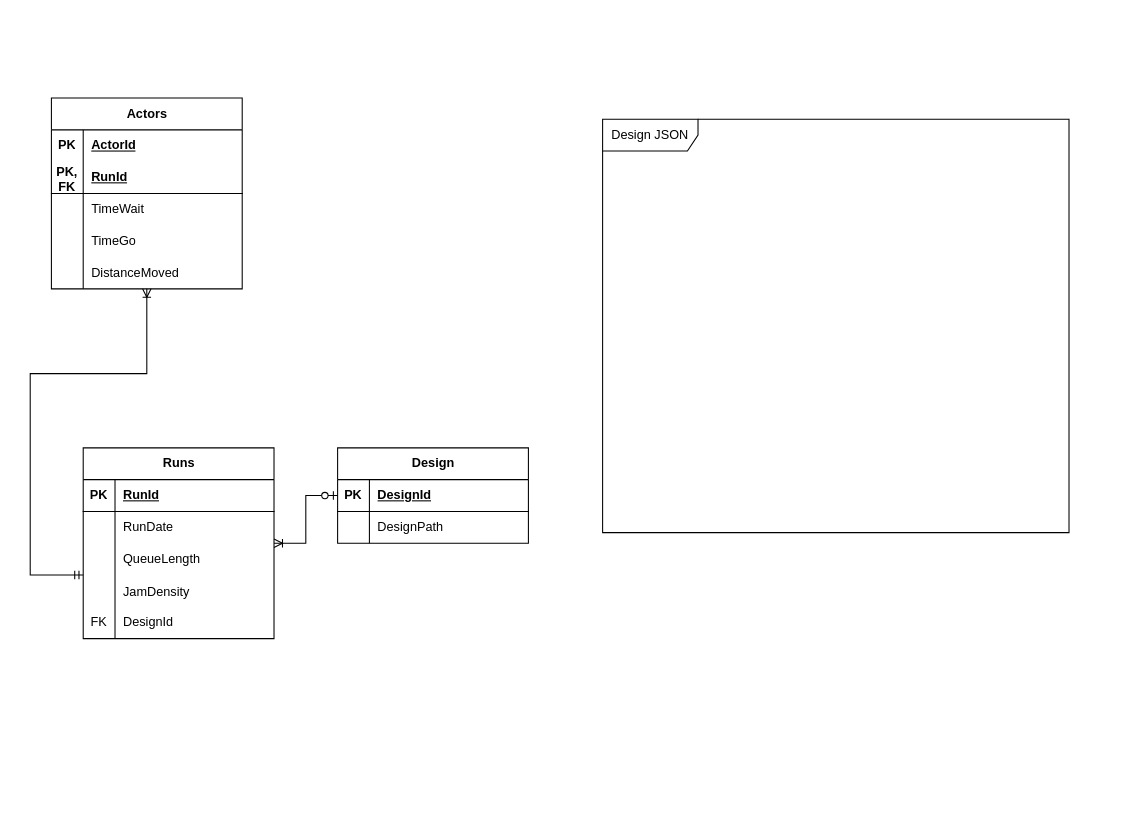
Before: ERD.drawio in Team-Gala-JP/Team-Gala-JP, a draw.io diagram. Source tidied: cells renumbered, new cells numbered last; positions are measured from the earlier drawing's top-left corner, leaving out a move shared by most shapes. Both pictures are drawn from the tidied source at 106%, with x=0, y=0 at pixel (30, 98).
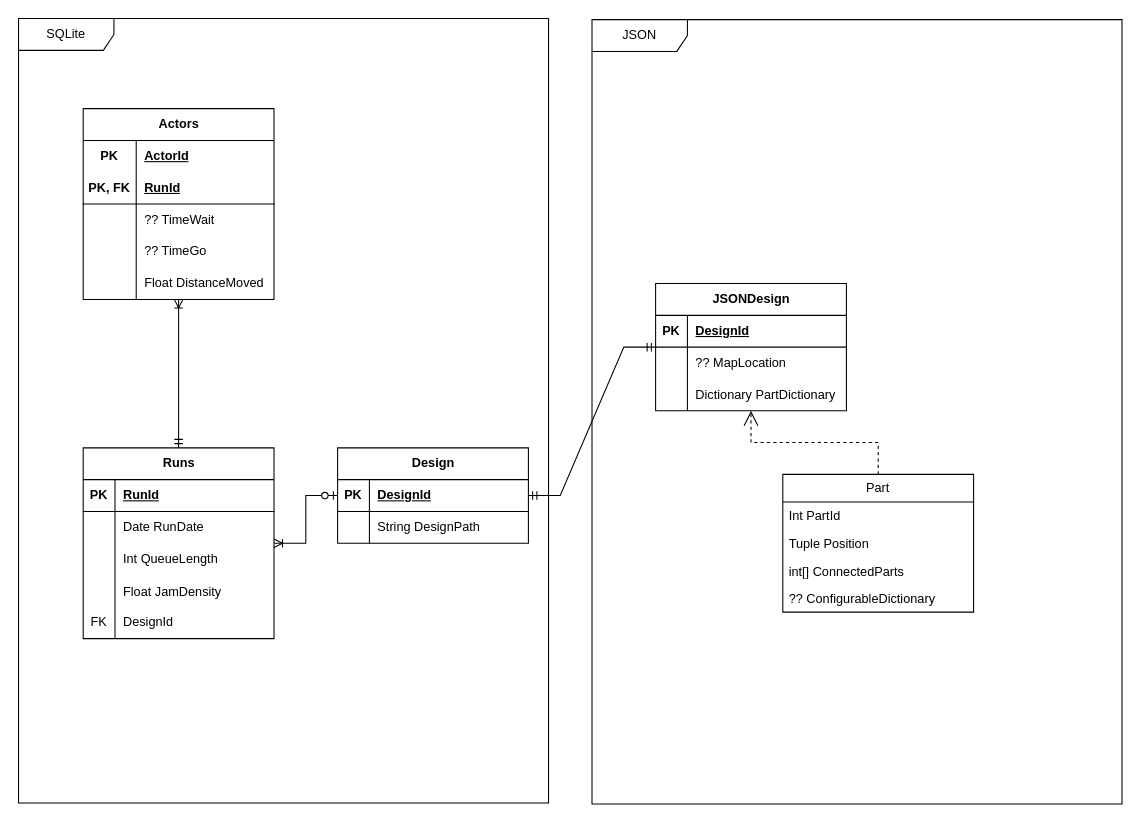
The same diagram, later.

Commit message:
ERD JSON section

The change refers to these unchanged cells:
```xml
<mxCell id="2" value="Runs" style="shape=table;startSize=30;childLayout=tableLayout;rowLines=0;fontStyle=1;align=center;html=1;" parent="1" vertex="1">
  <mxGeometry x="50" y="330" width="180" height="180" as="geometry" />
</mxCell>
<mxCell id="6" style="shape=tableRow;horizontal=0;startSize=0;swimlaneHead=0;swimlaneBody=0;fillColor=none;top=0;left=0;right=0;bottom=0;" parent="2" vertex="1">
  <mxGeometry y="60" width="180" height="30" as="geometry" />
</mxCell>
<mxCell id="9" style="shape=tableRow;horizontal=0;startSize=0;swimlaneHead=0;swimlaneBody=0;fillColor=none;top=0;left=0;right=0;bottom=0;" parent="2" vertex="1">
  <mxGeometry y="90" width="180" height="30" as="geometry" />
</mxCell>
<mxCell id="12" style="shape=tableRow;horizontal=0;startSize=0;swimlaneHead=0;swimlaneBody=0;fillColor=none;top=0;left=0;right=0;bottom=0;" parent="2" vertex="1">
  <mxGeometry y="120" width="180" height="30" as="geometry" />
</mxCell>
<mxCell id="18" value="Design" style="shape=table;startSize=30;childLayout=tableLayout;rowLines=0;fontStyle=1;align=center;html=1;" parent="1" vertex="1">
  <mxGeometry x="290" y="330" width="180" height="90" as="geometry" />
</mxCell>
<mxCell id="22" style="shape=tableRow;horizontal=0;startSize=0;swimlaneHead=0;swimlaneBody=0;fillColor=none;top=0;left=0;right=0;bottom=0;" parent="18" vertex="1">
  <mxGeometry y="60" width="180" height="30" as="geometry" />
</mxCell>
<mxCell id="28" style="shape=tableRow;horizontal=0;startSize=0;swimlaneHead=0;swimlaneBody=0;fillColor=none;top=0;left=0;right=0;bottom=0;" parent="27" vertex="1">
  <mxGeometry y="30" width="180" height="30" as="geometry" />
</mxCell>
<mxCell id="31" style="shape=tableRow;horizontal=0;startSize=0;swimlaneHead=0;swimlaneBody=0;fillColor=none;top=0;left=0;right=0;bottom=1;" parent="27" vertex="1">
  <mxGeometry y="60" width="180" height="30" as="geometry" />
</mxCell>
<mxCell id="34" style="shape=tableRow;horizontal=0;startSize=0;swimlaneHead=0;swimlaneBody=0;fillColor=none;top=0;left=0;right=0;bottom=0;" parent="27" vertex="1">
  <mxGeometry y="90" width="180" height="30" as="geometry" />
</mxCell>
<mxCell id="37" style="shape=tableRow;horizontal=0;startSize=0;swimlaneHead=0;swimlaneBody=0;fillColor=none;top=0;left=0;right=0;bottom=0;" parent="27" vertex="1">
  <mxGeometry y="120" width="180" height="30" as="geometry" />
</mxCell>
<mxCell id="40" style="shape=tableRow;horizontal=0;startSize=0;swimlaneHead=0;swimlaneBody=0;fillColor=none;points=[[0,0.5],[1,0.5]];portConstraint=eastwest;top=0;left=0;right=0;bottom=0;" parent="27" vertex="1">
  <mxGeometry y="150" width="180" height="30" as="geometry" />
</mxCell>
```

Change to the diagram source:
```diff
@@
-    <mxCell id="8" value="RunDate" style="shape=partialRectangle;fillColor=none;top=0;left=0;bottom=0;right=0;align=left;spacingLeft=6;overflow=hidden;whiteSpace=wrap;html=1;" parent="6" vertex="1">
+    <mxCell id="8" value="Date RunDate" style="shape=partialRectangle;fillColor=none;top=0;left=0;bottom=0;right=0;align=left;spacingLeft=6;overflow=hidden;whiteSpace=wrap;html=1;" parent="6" vertex="1">
       <mxGeometry x="30" width="150" height="30" as="geometry" />
     </mxCell>
@@
-    <mxCell id="11" value="QueueLength" style="shape=partialRectangle;fillColor=none;top=0;left=0;bottom=0;right=0;align=left;spacingLeft=6;overflow=hidden;whiteSpace=wrap;html=1;" parent="9" vertex="1">
+    <mxCell id="11" value="Int QueueLength" style="shape=partialRectangle;fillColor=none;top=0;left=0;bottom=0;right=0;align=left;spacingLeft=6;overflow=hidden;whiteSpace=wrap;html=1;" parent="9" vertex="1">
       <mxGeometry x="30" width="150" height="30" as="geometry" />
     </mxCell>
@@
-    <mxCell id="14" value="JamDensity" style="shape=partialRectangle;fillColor=none;top=0;left=0;bottom=0;right=0;align=left;spacingLeft=6;overflow=hidden;" parent="12" vertex="1">
+    <mxCell id="14" value="Float JamDensity" style="shape=partialRectangle;fillColor=none;top=0;left=0;bottom=0;right=0;align=left;spacingLeft=6;overflow=hidden;" parent="12" vertex="1">
       <mxGeometry x="30" width="150" height="30" as="geometry" />
     </mxCell>
@@
-    <mxCell id="24" value="DesignPath" style="shape=partialRectangle;fillColor=none;top=0;left=0;bottom=0;right=0;align=left;spacingLeft=6;overflow=hidden;whiteSpace=wrap;html=1;" parent="22" vertex="1">
+    <mxCell id="24" value="String DesignPath" style="shape=partialRectangle;fillColor=none;top=0;left=0;bottom=0;right=0;align=left;spacingLeft=6;overflow=hidden;whiteSpace=wrap;html=1;" parent="22" vertex="1">
       <mxGeometry x="30" width="150" height="30" as="geometry" />
     </mxCell>
@@
-    <mxCell id="26" value="Design JSON" style="shape=umlFrame;whiteSpace=wrap;html=1;width=90;height=30;" parent="1" vertex="1">
-      <mxGeometry x="540" y="20" width="440" height="390" as="geometry" />
+    <mxCell id="26" value="JSON" style="shape=umlFrame;whiteSpace=wrap;html=1;width=90;height=30;" parent="1" vertex="1">
+      <mxGeometry x="530" y="-74" width="500" height="740" as="geometry" />
     </mxCell>
     <mxCell id="27" value="Actors" style="shape=table;startSize=30;childLayout=tableLayout;rowLines=0;fontStyle=1;align=center;html=1;" parent="1" vertex="1">
-      <mxGeometry x="20" width="180" height="180" as="geometry" />
+      <mxGeometry x="50" y="10" width="180" height="180" as="geometry" />
     </mxCell>
@@
     <mxCell id="29" value="&lt;b&gt;PK&lt;/b&gt;" style="shape=partialRectangle;fillColor=none;top=0;left=0;bottom=0;right=0;fontStyle=0;overflow=hidden;whiteSpace=wrap;html=1;" parent="28" vertex="1">
-      <mxGeometry width="30" height="30" as="geometry" />
+      <mxGeometry width="50" height="30" as="geometry" />
     </mxCell>
     <mxCell id="30" value="&lt;b&gt;&lt;u&gt;ActorId&lt;/u&gt;&lt;/b&gt;" style="shape=partialRectangle;fillColor=none;top=0;left=0;bottom=0;right=0;align=left;spacingLeft=6;fontStyle=0;overflow=hidden;whiteSpace=wrap;html=1;" parent="28" vertex="1">
-      <mxGeometry x="30" width="150" height="30" as="geometry" />
+      <mxGeometry x="50" width="130" height="30" as="geometry" />
     </mxCell>
@@
     <mxCell id="32" value="PK, FK" style="shape=partialRectangle;fillColor=none;top=0;left=0;bottom=0;right=0;fontStyle=1;overflow=hidden;whiteSpace=wrap;html=1;" parent="31" vertex="1">
-      <mxGeometry width="30" height="30" as="geometry" />
+      <mxGeometry width="50" height="30" as="geometry" />
     </mxCell>
     <mxCell id="33" value="RunId" style="shape=partialRectangle;fillColor=none;top=0;left=0;bottom=0;right=0;align=left;spacingLeft=6;fontStyle=5;overflow=hidden;whiteSpace=wrap;html=1;" parent="31" vertex="1">
-      <mxGeometry x="30" width="150" height="30" as="geometry" />
+      <mxGeometry x="50" width="130" height="30" as="geometry" />
     </mxCell>
@@
     <mxCell id="35" style="shape=partialRectangle;fillColor=none;top=0;left=0;bottom=0;right=0;overflow=hidden;whiteSpace=wrap;html=1;" parent="34" vertex="1">
-      <mxGeometry width="30" height="30" as="geometry" />
+      <mxGeometry width="50" height="30" as="geometry" />
     </mxCell>
-    <mxCell id="36" value="TimeWait" style="shape=partialRectangle;fillColor=none;top=0;left=0;bottom=0;right=0;align=left;spacingLeft=6;overflow=hidden;whiteSpace=wrap;html=1;" parent="34" vertex="1">
-      <mxGeometry x="30" width="150" height="30" as="geometry" />
+    <mxCell id="36" value="?? TimeWait" style="shape=partialRectangle;fillColor=none;top=0;left=0;bottom=0;right=0;align=left;spacingLeft=6;overflow=hidden;whiteSpace=wrap;html=1;" parent="34" vertex="1">
+      <mxGeometry x="50" width="130" height="30" as="geometry" />
     </mxCell>
@@
     <mxCell id="38" style="shape=partialRectangle;fillColor=none;top=0;left=0;bottom=0;right=0;overflow=hidden;whiteSpace=wrap;html=1;" parent="37" vertex="1">
-      <mxGeometry width="30" height="30" as="geometry" />
+      <mxGeometry width="50" height="30" as="geometry" />
     </mxCell>
-    <mxCell id="39" value="TimeGo" style="shape=partialRectangle;fillColor=none;top=0;left=0;bottom=0;right=0;align=left;spacingLeft=6;overflow=hidden;whiteSpace=wrap;html=1;" parent="37" vertex="1">
-      <mxGeometry x="30" width="150" height="30" as="geometry" />
+    <mxCell id="39" value="?? TimeGo" style="shape=partialRectangle;fillColor=none;top=0;left=0;bottom=0;right=0;align=left;spacingLeft=6;overflow=hidden;whiteSpace=wrap;html=1;" parent="37" vertex="1">
+      <mxGeometry x="50" width="130" height="30" as="geometry" />
     </mxCell>
@@
     <mxCell id="41" style="shape=partialRectangle;fillColor=none;top=0;left=0;bottom=0;right=0;overflow=hidden;whiteSpace=wrap;html=1;" parent="40" vertex="1">
-      <mxGeometry width="30" height="30" as="geometry" />
+      <mxGeometry width="50" height="30" as="geometry" />
     </mxCell>
-    <mxCell id="42" value="DistanceMoved" style="shape=partialRectangle;fillColor=none;top=0;left=0;bottom=0;right=0;align=left;spacingLeft=6;overflow=hidden;whiteSpace=wrap;html=1;" parent="40" vertex="1">
-      <mxGeometry x="30" width="150" height="30" as="geometry" />
+    <mxCell id="42" value="Float DistanceMoved" style="shape=partialRectangle;fillColor=none;top=0;left=0;bottom=0;right=0;align=left;spacingLeft=6;overflow=hidden;whiteSpace=wrap;html=1;" parent="40" vertex="1">
+      <mxGeometry x="50" width="130" height="30" as="geometry" />
     </mxCell>
     <mxCell id="43" style="edgeStyle=orthogonalEdgeStyle;fontSize=12;html=1;endArrow=ERoneToMany;startArrow=ERmandOne;rounded=0;" parent="1" edge="1" source="2" target="40">
       <mxGeometry relative="1" as="geometry">
         <Array as="points">
-          <mxPoint y="450" />
-          <mxPoint y="260" />
+          <mxPoint x="140" y="220" />
+          <mxPoint x="140" y="220" />
         </Array>
       </mxGeometry>
     </mxCell>
+    <mxCell id="44" value="JSONDesign" style="shape=table;startSize=30;childLayout=tableLayout;rowLines=0;fontStyle=1;align=center;html=1;" parent="1" vertex="1">
+      <mxGeometry x="590" y="175" width="180" height="120" as="geometry" />
+    </mxCell>
+    <mxCell id="45" style="shape=tableRow;horizontal=0;startSize=0;swimlaneHead=0;swimlaneBody=0;fillColor=none;top=0;left=0;right=0;bottom=1;" parent="44" vertex="1">
+      <mxGeometry y="30" width="180" height="30" as="geometry" />
+    </mxCell>
+    <mxCell id="46" value="PK" style="shape=partialRectangle;fillColor=none;top=0;left=0;bottom=0;right=0;fontStyle=1;overflow=hidden;whiteSpace=wrap;html=1;" parent="45" vertex="1">
+      <mxGeometry width="30" height="30" as="geometry" />
+    </mxCell>
+    <mxCell id="47" value="DesignId" style="shape=partialRectangle;fillColor=none;top=0;left=0;bottom=0;right=0;align=left;spacingLeft=6;fontStyle=5;overflow=hidden;whiteSpace=wrap;html=1;" parent="45" vertex="1">
+      <mxGeometry x="30" width="150" height="30" as="geometry" />
+    </mxCell>
+    <mxCell id="48" style="shape=tableRow;horizontal=0;startSize=0;swimlaneHead=0;swimlaneBody=0;fillColor=none;top=0;left=0;right=0;bottom=0;" parent="44" vertex="1">
+      <mxGeometry y="60" width="180" height="30" as="geometry" />
+    </mxCell>
+    <mxCell id="49" style="shape=partialRectangle;fillColor=none;top=0;left=0;bottom=0;right=0;overflow=hidden;whiteSpace=wrap;html=1;" parent="48" vertex="1">
+      <mxGeometry width="30" height="30" as="geometry" />
+    </mxCell>
+    <mxCell id="50" value="?? MapLocation" style="shape=partialRectangle;fillColor=none;top=0;left=0;bottom=0;right=0;align=left;spacingLeft=6;overflow=hidden;whiteSpace=wrap;html=1;" parent="48" vertex="1">
+      <mxGeometry x="30" width="150" height="30" as="geometry" />
+    </mxCell>
+    <mxCell id="51" style="shape=tableRow;horizontal=0;startSize=0;swimlaneHead=0;swimlaneBody=0;fillColor=none;top=0;left=0;right=0;bottom=0;" parent="44" vertex="1">
+      <mxGeometry y="90" width="180" height="30" as="geometry" />
+    </mxCell>
+    <mxCell id="52" style="shape=partialRectangle;fillColor=none;top=0;left=0;bottom=0;right=0;overflow=hidden;whiteSpace=wrap;html=1;" parent="51" vertex="1">
+      <mxGeometry width="30" height="30" as="geometry" />
+    </mxCell>
+    <mxCell id="53" value="Dictionary PartDictionary" style="shape=partialRectangle;fillColor=none;top=0;left=0;bottom=0;right=0;align=left;spacingLeft=6;overflow=hidden;whiteSpace=wrap;html=1;" parent="51" vertex="1">
+      <mxGeometry x="30" width="150" height="30" as="geometry" />
+    </mxCell>
+    <mxCell id="54" value="SQLite" style="shape=umlFrame;whiteSpace=wrap;html=1;width=90;height=30;" parent="1" vertex="1">
+      <mxGeometry x="-11" y="-75" width="500" height="740" as="geometry" />
+    </mxCell>
+    <mxCell id="55" value="Part" style="swimlane;fontStyle=0;horizontal=1;startSize=26;fillColor=none;whiteSpace=wrap;html=1;" parent="1" vertex="1">
+      <mxGeometry x="710" y="355" width="180" height="130" as="geometry" />
+    </mxCell>
+    <mxCell id="56" value="Int PartId" style="text;strokeColor=none;fillColor=none;align=left;verticalAlign=top;spacingLeft=4;spacingRight=4;overflow=hidden;whiteSpace=wrap;html=1;" parent="55" vertex="1">
+      <mxGeometry y="26" width="180" height="26" as="geometry" />
+    </mxCell>
+    <mxCell id="57" value="Tuple Position" style="text;strokeColor=none;fillColor=none;align=left;verticalAlign=top;spacingLeft=4;spacingRight=4;overflow=hidden;whiteSpace=wrap;html=1;" parent="55" vertex="1">
+      <mxGeometry y="52" width="180" height="26" as="geometry" />
+    </mxCell>
+    <mxCell id="58" value="int[] ConnectedParts" style="text;strokeColor=none;fillColor=none;align=left;verticalAlign=top;spacingLeft=4;spacingRight=4;overflow=hidden;whiteSpace=wrap;html=1;" parent="55" vertex="1">
+      <mxGeometry y="78" width="180" height="26" as="geometry" />
+    </mxCell>
+    <mxCell id="59" value="?? ConfigurableDictionary" style="text;strokeColor=none;fillColor=none;align=left;verticalAlign=top;spacingLeft=4;spacingRight=4;overflow=hidden;whiteSpace=wrap;html=1;" parent="55" vertex="1">
+      <mxGeometry y="104" width="180" height="26" as="geometry" />
+    </mxCell>
+    <mxCell id="60" style="endArrow=open;endSize=12;dashed=1;html=1;rounded=0;edgeStyle=orthogonalEdgeStyle;" parent="1" edge="1" source="55" target="44">
+      <mxGeometry relative="1" as="geometry" />
+    </mxCell>
+    <mxCell id="61" style="edgeStyle=entityRelationEdgeStyle;fontSize=12;html=1;endArrow=ERmandOne;startArrow=ERmandOne;rounded=0;" parent="1" edge="1" source="18" target="44">
+      <mxGeometry relative="1" as="geometry" />
+    </mxCell>
```
